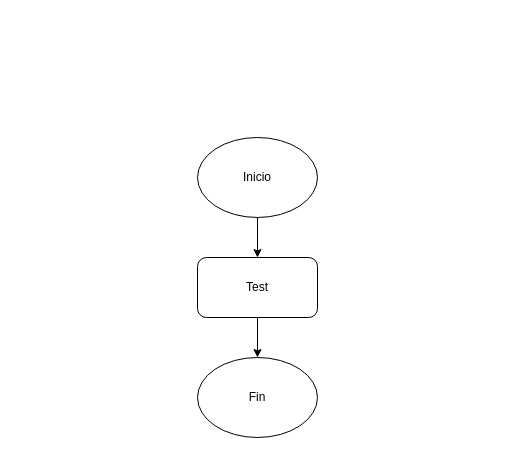
JohanMSR/Proyecto-Brazo-robotico-Universidad- keeps this draw.io diagram as DiagramaDeFlujo.drawio. Above is the earlier version. Source tidied: cells renumbered, new cells numbered last; positions are measured from the earlier drawing's top-left corner, leaving out a move shared by most shapes. Both pictures are drawn from the tidied source at 100%, with x=0, y=0 at pixel (197, 137).
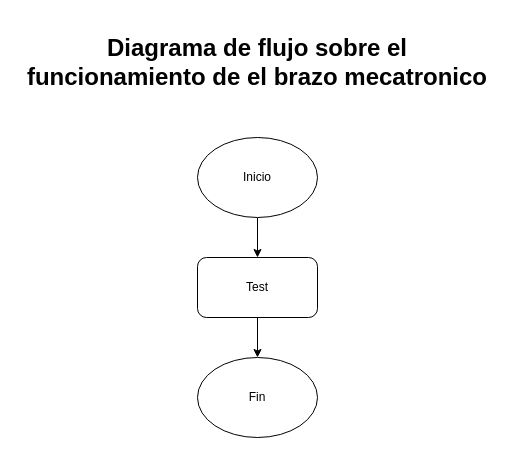
The same page after the edit.

Commit message (it also covers changes not shown here):
editando diagrama

Change to the diagram source:
```diff
@@
 <mxGraphModel>
   <root>
     <mxCell id="0" />
     <mxCell id="1" parent="0" />
     <mxCell id="2" style="edgeStyle=orthogonalEdgeStyle;rounded=0;jettySize=auto;html=1;exitX=0.5;exitY=1;exitDx=0;exitDy=0;entryX=0.5;entryY=0;entryDx=0;entryDy=0;" parent="1" edge="1" source="3" target="6">
       <mxGeometry relative="1" as="geometry" />
     </mxCell>
     <mxCell id="3" value="Inicio" style="ellipse;whiteSpace=wrap;html=1;" parent="1" vertex="1">
       <mxGeometry width="120" height="80" as="geometry" />
     </mxCell>
     <mxCell id="4" value="Fin" style="ellipse;whiteSpace=wrap;html=1;" parent="1" vertex="1">
       <mxGeometry y="220" width="120" height="80" as="geometry" />
     </mxCell>
     <mxCell id="5" style="edgeStyle=orthogonalEdgeStyle;rounded=0;jettySize=auto;html=1;exitX=0.5;exitY=1;exitDx=0;exitDy=0;entryX=0.5;entryY=0;entryDx=0;entryDy=0;" parent="1" edge="1" source="6" target="4">
       <mxGeometry relative="1" as="geometry" />
     </mxCell>
     <mxCell id="6" value="Test" style="rounded=1;whiteSpace=wrap;html=1;" parent="1" vertex="1">
       <mxGeometry y="120" width="120" height="60" as="geometry" />
     </mxCell>
+    <mxCell id="7" value="&lt;h1&gt;&lt;b&gt;Diagrama de flujo sobre el funcionamiento de el brazo mecatronico&lt;/b&gt;&lt;/h1&gt;" style="text;html=1;align=center;verticalAlign=middle;whiteSpace=wrap;rounded=0;" parent="1" vertex="1">
+      <mxGeometry x="-180" y="-90" width="480" height="30" as="geometry" />
+    </mxCell>
   </root>
 </mxGraphModel>
```
